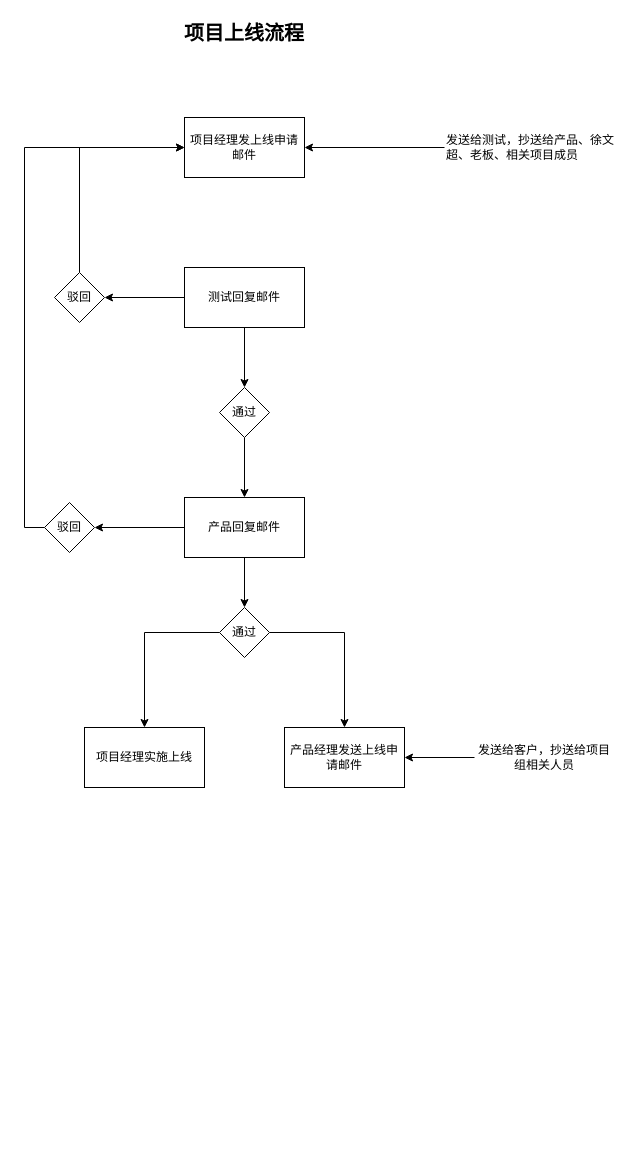
Earlier version of the draw.io diagram 上线邮件流程.drawio (ammengke/my-drawio). Source tidied: cells renumbered, new cells numbered last; positions are measured from the earlier drawing's top-left corner, leaving out a move shared by most shapes. Both pictures are drawn from the tidied source at 100%, with x=0, y=0 at pixel (24, 17).
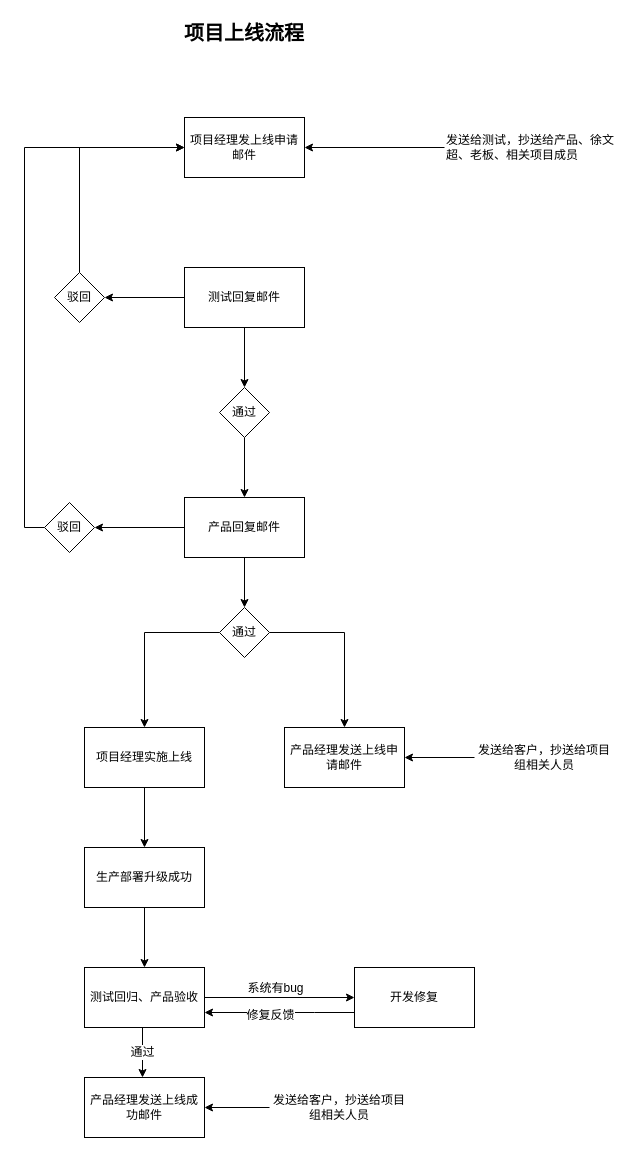
The same page after the edit.

Commit message (it also covers changes not shown here):
更新上线邮件流程.drawio

The change refers to these unchanged cells:
```xml
<mxCell id="21" value="项目经理实施上线" style="rounded=0;whiteSpace=wrap;html=1;" parent="1" vertex="1">
  <mxGeometry x="60" y="710" width="120" height="60" as="geometry" />
</mxCell>
```

What changed in the source:
```diff
@@
+    <mxCell id="25" style="edgeStyle=orthogonalEdgeStyle;rounded=0;jettySize=auto;html=1;fontSize=12;" parent="1" edge="1" source="21" target="27">
+      <mxGeometry relative="1" as="geometry" />
+    </mxCell>
@@
+    <mxCell id="26" style="edgeStyle=orthogonalEdgeStyle;rounded=0;jettySize=auto;html=1;fontSize=12;" parent="1" edge="1" source="27" target="31">
+      <mxGeometry relative="1" as="geometry" />
+    </mxCell>
+    <mxCell id="27" value="生产部署升级成功" style="rounded=0;whiteSpace=wrap;html=1;" parent="1" vertex="1">
+      <mxGeometry x="60" y="830" width="120" height="60" as="geometry" />
+    </mxCell>
+    <mxCell id="28" value="通过" style="edgeStyle=orthogonalEdgeStyle;rounded=0;orthogonalLoop=1;jettySize=auto;html=1;fontSize=12;" parent="1" edge="1">
+      <mxGeometry relative="1" as="geometry">
+        <mxPoint x="118" y="1010" as="sourcePoint" />
+        <mxPoint x="118" y="1060" as="targetPoint" />
+      </mxGeometry>
+    </mxCell>
+    <mxCell id="29" style="edgeStyle=orthogonalEdgeStyle;rounded=0;jettySize=auto;html=1;entryX=0;entryY=0.5;entryDx=0;entryDy=0;fontSize=12;" parent="1" edge="1" source="31" target="37">
+      <mxGeometry relative="1" as="geometry" />
+    </mxCell>
+    <mxCell id="30" value="系统有bug" style="edgeLabel;html=1;align=center;verticalAlign=middle;fontSize=12;" parent="29" vertex="1">
+      <mxGeometry x="-0.15" relative="1" as="geometry">
+        <mxPoint x="6" y="-10" as="offset" />
+      </mxGeometry>
+    </mxCell>
+    <mxCell id="31" value="测试回归、产品验收" style="rounded=0;whiteSpace=wrap;html=1;" parent="1" vertex="1">
+      <mxGeometry x="60" y="950" width="120" height="60" as="geometry" />
+    </mxCell>
+    <mxCell id="32" value="产品经理发送上线成功邮件" style="rounded=0;whiteSpace=wrap;html=1;" parent="1" vertex="1">
+      <mxGeometry x="60" y="1060" width="120" height="60" as="geometry" />
+    </mxCell>
+    <mxCell id="33" style="edgeStyle=orthogonalEdgeStyle;rounded=0;jettySize=auto;html=1;entryX=1;entryY=0.5;entryDx=0;entryDy=0;fontSize=12;" parent="1" edge="1" source="34" target="32">
+      <mxGeometry relative="1" as="geometry" />
+    </mxCell>
+    <mxCell id="34" value="发送给客户，抄送给项目组相关人员" style="text;html=1;strokeColor=none;fillColor=none;align=center;verticalAlign=middle;whiteSpace=wrap;rounded=0;fontSize=12;" parent="1" vertex="1">
+      <mxGeometry x="245" y="1065" width="140" height="50" as="geometry" />
+    </mxCell>
+    <mxCell id="35" style="edgeStyle=orthogonalEdgeStyle;rounded=0;jettySize=auto;html=1;entryX=1;entryY=0.75;entryDx=0;entryDy=0;fontSize=12;" parent="1" edge="1" source="37" target="31">
+      <mxGeometry relative="1" as="geometry">
+        <Array as="points">
+          <mxPoint x="290" y="995" />
+          <mxPoint x="290" y="995" />
+        </Array>
+      </mxGeometry>
+    </mxCell>
+    <mxCell id="36" value="修复反馈" style="edgeLabel;html=1;align=center;verticalAlign=middle;fontSize=12;" parent="35" vertex="1">
+      <mxGeometry x="-0.17" y="2" relative="1" as="geometry">
+        <mxPoint x="-23" as="offset" />
+      </mxGeometry>
+    </mxCell>
+    <mxCell id="37" value="开发修复" style="rounded=0;whiteSpace=wrap;html=1;fontSize=12;align=center;" parent="1" vertex="1">
+      <mxGeometry x="330" y="950" width="120" height="60" as="geometry" />
+    </mxCell>
```
